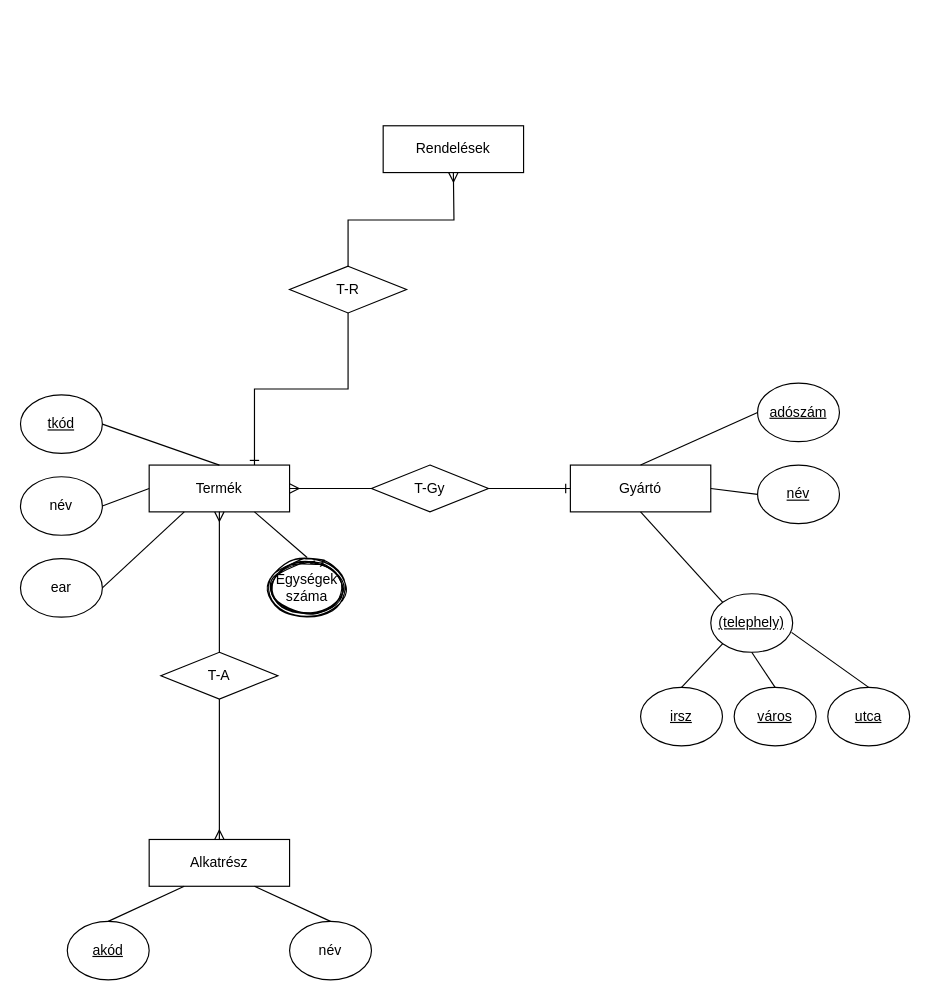
urbanoliver/HEPMIU_DB1Gyak keeps this draw.io diagram as HEPMIU_0927/hepmiu_3.3.drawio. Above is the earlier version. Source tidied: cells renumbered, new cells numbered last; positions are measured from the earlier drawing's top-left corner, leaving out a move shared by most shapes. Both pictures are drawn from the tidied source at 117%, with x=0, y=0 at pixel (20, 125).
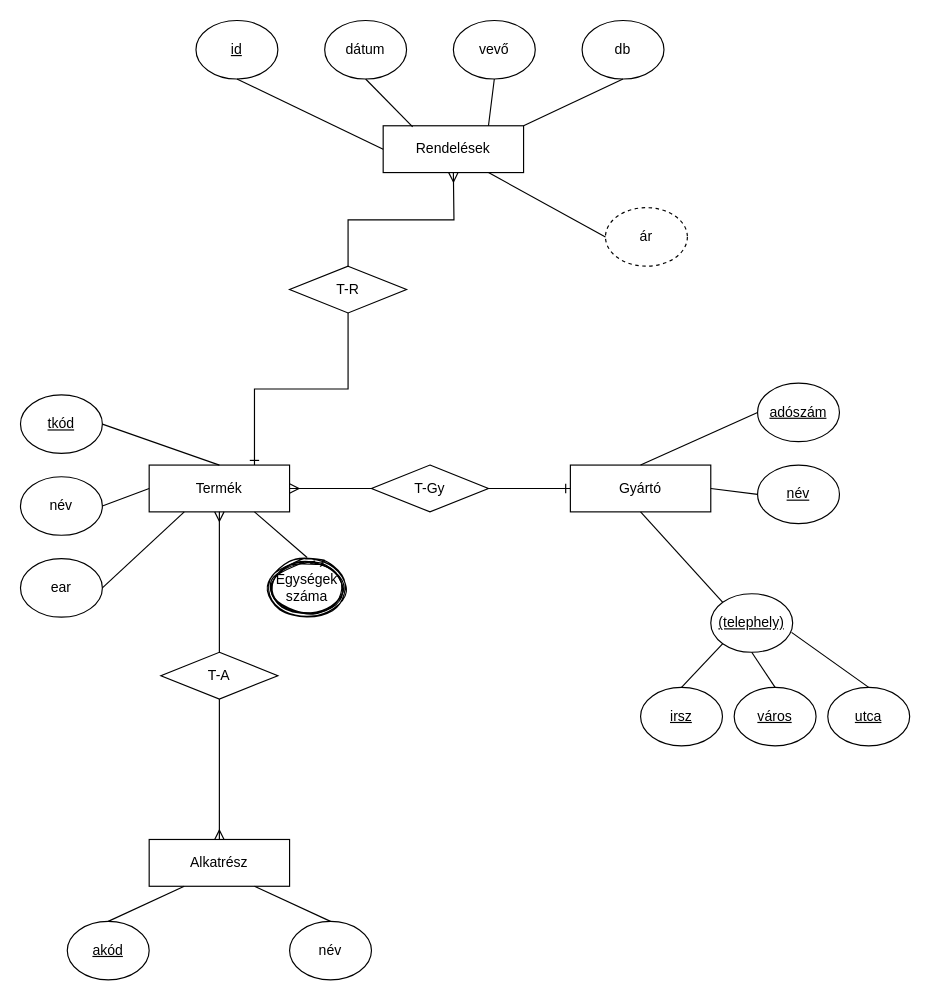
After the change.

The change refers to these unchanged cells:
```xml
<mxCell id="35" value="Rendelések" style="rounded=0;whiteSpace=wrap;html=1;" parent="1" vertex="1">
  <mxGeometry x="310" width="120" height="40" as="geometry" />
</mxCell>
```

Diff of the diagram source:
```diff
@@
+    <mxCell id="39" value="id" style="ellipse;whiteSpace=wrap;html=1;verticalAlign=middle;fontStyle=4;" parent="1" vertex="1">
+      <mxGeometry x="150" y="-90" width="70" height="50" as="geometry" />
+    </mxCell>
+    <mxCell id="40" value="dátum" style="ellipse;whiteSpace=wrap;html=1;verticalAlign=middle;fontStyle=0;" parent="1" vertex="1">
+      <mxGeometry x="260" y="-90" width="70" height="50" as="geometry" />
+    </mxCell>
+    <mxCell id="41" value="vevő" style="ellipse;whiteSpace=wrap;html=1;verticalAlign=middle;fontStyle=0;" parent="1" vertex="1">
+      <mxGeometry x="370" y="-90" width="70" height="50" as="geometry" />
+    </mxCell>
+    <mxCell id="42" value="db" style="ellipse;whiteSpace=wrap;html=1;verticalAlign=middle;fontStyle=0;" parent="1" vertex="1">
+      <mxGeometry x="480" y="-90" width="70" height="50" as="geometry" />
+    </mxCell>
+    <mxCell id="43" style="endArrow=none;html=1;rounded=0;exitX=0.5;exitY=1;exitDx=0;exitDy=0;entryX=0;entryY=0.5;entryDx=0;entryDy=0;" parent="1" edge="1" source="39" target="35">
+      <mxGeometry relative="1" as="geometry" />
+    </mxCell>
+    <mxCell id="44" style="endArrow=none;html=1;rounded=0;entryX=0.21;entryY=0.024;entryDx=0;entryDy=0;entryPerimeter=0;exitX=0.5;exitY=1;exitDx=0;exitDy=0;" parent="1" edge="1" source="40" target="35">
+      <mxGeometry relative="1" as="geometry" />
+    </mxCell>
+    <mxCell id="45" style="endArrow=none;html=1;rounded=0;entryX=0.75;entryY=0;entryDx=0;entryDy=0;exitX=0.5;exitY=1;exitDx=0;exitDy=0;" parent="1" edge="1" source="41" target="35">
+      <mxGeometry relative="1" as="geometry" />
+    </mxCell>
+    <mxCell id="46" style="endArrow=none;html=1;rounded=0;entryX=1;entryY=0;entryDx=0;entryDy=0;exitX=0.5;exitY=1;exitDx=0;exitDy=0;" parent="1" edge="1" source="42" target="35">
+      <mxGeometry relative="1" as="geometry" />
+    </mxCell>
+    <mxCell id="47" value="ár" style="ellipse;whiteSpace=wrap;html=1;verticalAlign=middle;fontStyle=0;dashed=1;" parent="1" vertex="1">
+      <mxGeometry x="500" y="70" width="70" height="50" as="geometry" />
+    </mxCell>
+    <mxCell id="48" style="endArrow=none;html=1;rounded=0;exitX=0.75;exitY=1;exitDx=0;exitDy=0;entryX=0;entryY=0.5;entryDx=0;entryDy=0;" parent="1" edge="1" source="35" target="47">
+      <mxGeometry relative="1" as="geometry" />
+    </mxCell>
```
